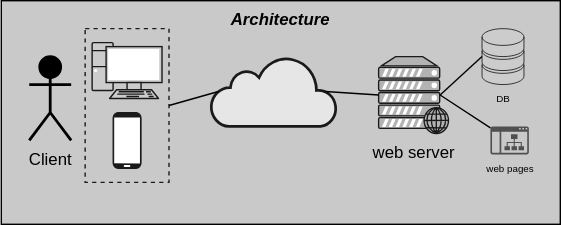
Earlier version of the draw.io export doc/assets/architecture.drawio.svg (omismone/strapizzami). Source tidied: cells renumbered, new cells last; positions are measured from the earlier drawing's top-left corner, leaving out a move shared by most shapes.
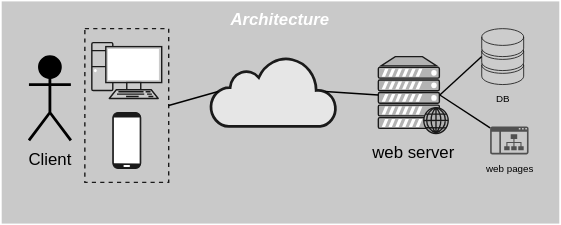
After the change.

Change to the diagram source:
```diff
@@ -2,7 +2,7 @@
   <root>
     <mxCell id="0" />
     <mxCell id="1" parent="0" />
-    <mxCell id="2" value="Architecture" style="rounded=0;whiteSpace=wrap;html=1;fontColor=#000000;strokeColor=#000000;strokeWidth=1;fillColor=#C9C9C9;verticalAlign=top;fontStyle=3;" parent="1" vertex="1">
+    <mxCell id="2" value="Architecture" style="rounded=0;whiteSpace=wrap;html=1;fontColor=#FFFFFF;strokeColor=#FFFFFF;strokeWidth=1;fillColor=#C9C9C9;verticalAlign=top;fontStyle=3;" parent="1" vertex="1">
       <mxGeometry width="400" height="160" as="geometry" />
     </mxCell>
     <mxCell id="3" style="rounded=0;whiteSpace=wrap;html=1;strokeColor=#1A1A1A;strokeWidth=1;fillColor=none;dashed=1;" parent="1" vertex="1">
```
